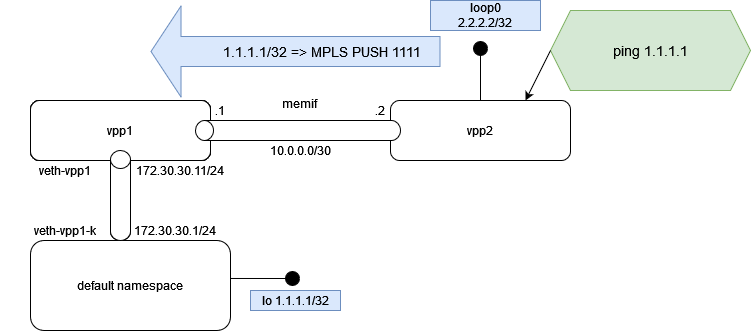
Above: drawings/vpp-testings-Page-5.png in robric/vpp-testing (draw.io), before the change. Source tidied: cells renumbered, new cells last; positions are measured from the earlier drawing's top-left corner, leaving out a move shared by most shapes. Its diagram source:
```xml
<mxGraphModel>
  <root>
    <mxCell id="0" />
    <mxCell id="1" parent="0" />
    <mxCell id="2" value="vpp2" style="rounded=1;whiteSpace=wrap;html=1;" parent="1" vertex="1">
      <mxGeometry x="390" y="100" width="180" height="60" as="geometry" />
    </mxCell>
    <mxCell id="3" value="namespace ns1" style="rounded=1;whiteSpace=wrap;html=1;" parent="1" vertex="1">
      <mxGeometry x="30" y="100" width="180" height="60" as="geometry" />
    </mxCell>
    <mxCell id="4" value="namespace ns1" style="rounded=1;whiteSpace=wrap;html=1;" parent="1" vertex="1">
      <mxGeometry x="30" y="100" width="180" height="60" as="geometry" />
    </mxCell>
    <mxCell id="5" value="namespace ns1" style="rounded=1;whiteSpace=wrap;html=1;" parent="1" vertex="1">
      <mxGeometry x="30" y="100" width="180" height="60" as="geometry" />
    </mxCell>
    <mxCell id="6" value="default namespace" style="rounded=1;whiteSpace=wrap;html=1;" parent="1" vertex="1">
      <mxGeometry x="30" y="240" width="200" height="90" as="geometry" />
    </mxCell>
    <mxCell id="7" style="shape=cylinder3;whiteSpace=wrap;html=1;boundedLbl=1;backgroundOutline=1;size=9;" parent="1" vertex="1">
      <mxGeometry x="110" y="150" width="20" height="90" as="geometry" />
    </mxCell>
    <mxCell id="8" value="namespace ns1" style="rounded=1;whiteSpace=wrap;html=1;" parent="1" vertex="1">
      <mxGeometry x="30" y="100" width="180" height="60" as="geometry" />
    </mxCell>
    <mxCell id="9" style="shape=cylinder3;whiteSpace=wrap;html=1;boundedLbl=1;backgroundOutline=1;size=9;" parent="1" vertex="1">
      <mxGeometry x="110" y="150" width="20" height="90" as="geometry" />
    </mxCell>
    <mxCell id="10" value="vpp1" style="rounded=1;whiteSpace=wrap;html=1;" parent="1" vertex="1">
      <mxGeometry x="30" y="100" width="180" height="60" as="geometry" />
    </mxCell>
    <mxCell id="11" style="shape=cylinder3;whiteSpace=wrap;html=1;boundedLbl=1;backgroundOutline=1;size=9;" parent="1" vertex="1">
      <mxGeometry x="110" y="150" width="20" height="90" as="geometry" />
    </mxCell>
    <mxCell id="12" value="veth-vpp1" style="text;html=1;strokeColor=none;fillColor=none;align=center;verticalAlign=middle;whiteSpace=wrap;rounded=0;" parent="1" vertex="1">
      <mxGeometry y="160" width="130" height="20" as="geometry" />
    </mxCell>
    <mxCell id="13" value="veth-vpp1-k" style="text;html=1;strokeColor=none;fillColor=none;align=center;verticalAlign=middle;whiteSpace=wrap;rounded=0;" parent="1" vertex="1">
      <mxGeometry y="220" width="130" height="20" as="geometry" />
    </mxCell>
    <mxCell id="14" value="172.30.30.11/24" style="text;html=1;strokeColor=none;fillColor=none;align=center;verticalAlign=middle;whiteSpace=wrap;rounded=0;" parent="1" vertex="1">
      <mxGeometry x="160" y="160" width="40" height="20" as="geometry" />
    </mxCell>
    <mxCell id="15" style="shape=cylinder3;whiteSpace=wrap;html=1;boundedLbl=1;backgroundOutline=1;size=9;rotation=-90;" parent="1" vertex="1">
      <mxGeometry x="287.5" y="27.5" width="20" height="205" as="geometry" />
    </mxCell>
    <mxCell id="16" value="&lt;div&gt;memif&lt;/div&gt;" style="text;whiteSpace=wrap;html=1;" parent="1" vertex="1">
      <mxGeometry x="280" y="90" width="60" height="30" as="geometry" />
    </mxCell>
    <mxCell id="17" value="10.0.0.0/30" style="text;html=1;strokeColor=none;fillColor=none;align=center;verticalAlign=middle;whiteSpace=wrap;rounded=0;" parent="1" vertex="1">
      <mxGeometry x="280" y="140" width="40" height="20" as="geometry" />
    </mxCell>
    <mxCell id="18" value=".1" style="text;html=1;strokeColor=none;fillColor=none;align=center;verticalAlign=middle;whiteSpace=wrap;rounded=0;" parent="1" vertex="1">
      <mxGeometry x="200" y="100" width="40" height="20" as="geometry" />
    </mxCell>
    <mxCell id="19" value=".2" style="text;html=1;strokeColor=none;fillColor=none;align=center;verticalAlign=middle;whiteSpace=wrap;rounded=0;" parent="1" vertex="1">
      <mxGeometry x="360" y="100" width="40" height="20" as="geometry" />
    </mxCell>
    <mxCell id="20" style="endArrow=circle;html=1;exitX=1;exitY=0.422;exitDx=0;exitDy=0;exitPerimeter=0;endFill=1;" parent="1" edge="1" source="6">
      <mxGeometry relative="1" as="geometry">
        <mxPoint x="300" y="278" as="targetPoint" />
      </mxGeometry>
    </mxCell>
    <mxCell id="21" value="172.30.30.1/24" style="text;html=1;align=center;verticalAlign=middle;whiteSpace=wrap;rounded=0;" parent="1" vertex="1">
      <mxGeometry x="130" y="220" width="90" height="20" as="geometry" />
    </mxCell>
    <mxCell id="22" style="endArrow=circle;html=1;exitX=0.5;exitY=0;exitDx=0;exitDy=0;endFill=1;" parent="1" edge="1" source="2">
      <mxGeometry relative="1" as="geometry">
        <mxPoint x="480" y="40" as="targetPoint" />
      </mxGeometry>
    </mxCell>
    <mxCell id="23" value="&lt;div&gt;loop0&lt;/div&gt;&lt;div&gt;2.2.2.2/32&lt;/div&gt;" style="text;html=1;strokeColor=#6c8ebf;fillColor=#dae8fc;align=center;verticalAlign=middle;whiteSpace=wrap;rounded=0;" parent="1" vertex="1">
      <mxGeometry x="430" width="110" height="30" as="geometry" />
    </mxCell>
    <mxCell id="24" value="lo 1.1.1.1/32" style="text;html=1;strokeColor=#6c8ebf;fillColor=#dae8fc;align=center;verticalAlign=middle;whiteSpace=wrap;rounded=0;" parent="1" vertex="1">
      <mxGeometry x="250" y="290" width="90" height="20" as="geometry" />
    </mxCell>
    <mxCell id="25" style="shape=flexArrow;endArrow=classic;html=1;endWidth=60;endSize=9.67;width=30;labelPosition=center;verticalLabelPosition=middle;align=center;verticalAlign=middle;textDirection=ltr;noLabel=1;fontColor=none;fillColor=#dae8fc;strokeColor=#6c8ebf;" parent="1" edge="1">
      <mxGeometry relative="1" as="geometry">
        <mxPoint x="440" y="51" as="sourcePoint" />
        <mxPoint x="150" y="51" as="targetPoint" />
      </mxGeometry>
    </mxCell>
    <mxCell id="26" value="1.1.1.1/32 =&amp;gt; MPLS PUSH 1111 " style="edgeLabel;html=1;align=center;verticalAlign=middle;labelBackgroundColor=none;fontSize=14;" parent="25" vertex="1">
      <mxGeometry x="0.39" y="4" relative="1" as="geometry">
        <mxPoint x="82" y="-5" as="offset" />
      </mxGeometry>
    </mxCell>
    <mxCell id="27" value="ping 1.1.1.1" style="shape=hexagon;perimeter=hexagonPerimeter2;whiteSpace=wrap;html=1;fixedSize=1;labelBackgroundColor=none;fillColor=#d5e8d4;fontSize=14;strokeColor=#82b366;" parent="1" vertex="1">
      <mxGeometry x="550" y="10" width="200" height="80" as="geometry" />
    </mxCell>
    <mxCell id="28" style="endArrow=classic;html=1;exitX=0;exitY=0.5;exitDx=0;exitDy=0;entryX=0.75;entryY=0;entryDx=0;entryDy=0;" parent="1" edge="1" source="27" target="2">
      <mxGeometry relative="1" as="geometry" />
    </mxCell>
  </root>
</mxGraphModel>
```
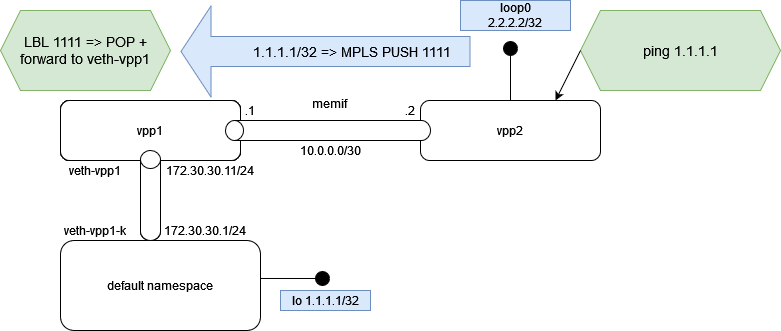
Later version of the same file.

The edit, as a diff of the source:
```diff
@@ -92,5 +92,8 @@
     <mxCell id="28" style="endArrow=classic;html=1;exitX=0;exitY=0.5;exitDx=0;exitDy=0;entryX=0.75;entryY=0;entryDx=0;entryDy=0;" parent="1" edge="1" source="27" target="2">
       <mxGeometry relative="1" as="geometry" />
     </mxCell>
+    <mxCell id="29" value="LBL 1111 =&amp;gt; POP + forward to veth-vpp1" style="shape=hexagon;perimeter=hexagonPerimeter2;whiteSpace=wrap;html=1;fixedSize=1;labelBackgroundColor=none;fillColor=#d5e8d4;fontSize=14;strokeColor=#82b366;" parent="1" vertex="1">
+      <mxGeometry x="-30" y="10" width="170" height="80" as="geometry" />
+    </mxCell>
   </root>
 </mxGraphModel>
```
